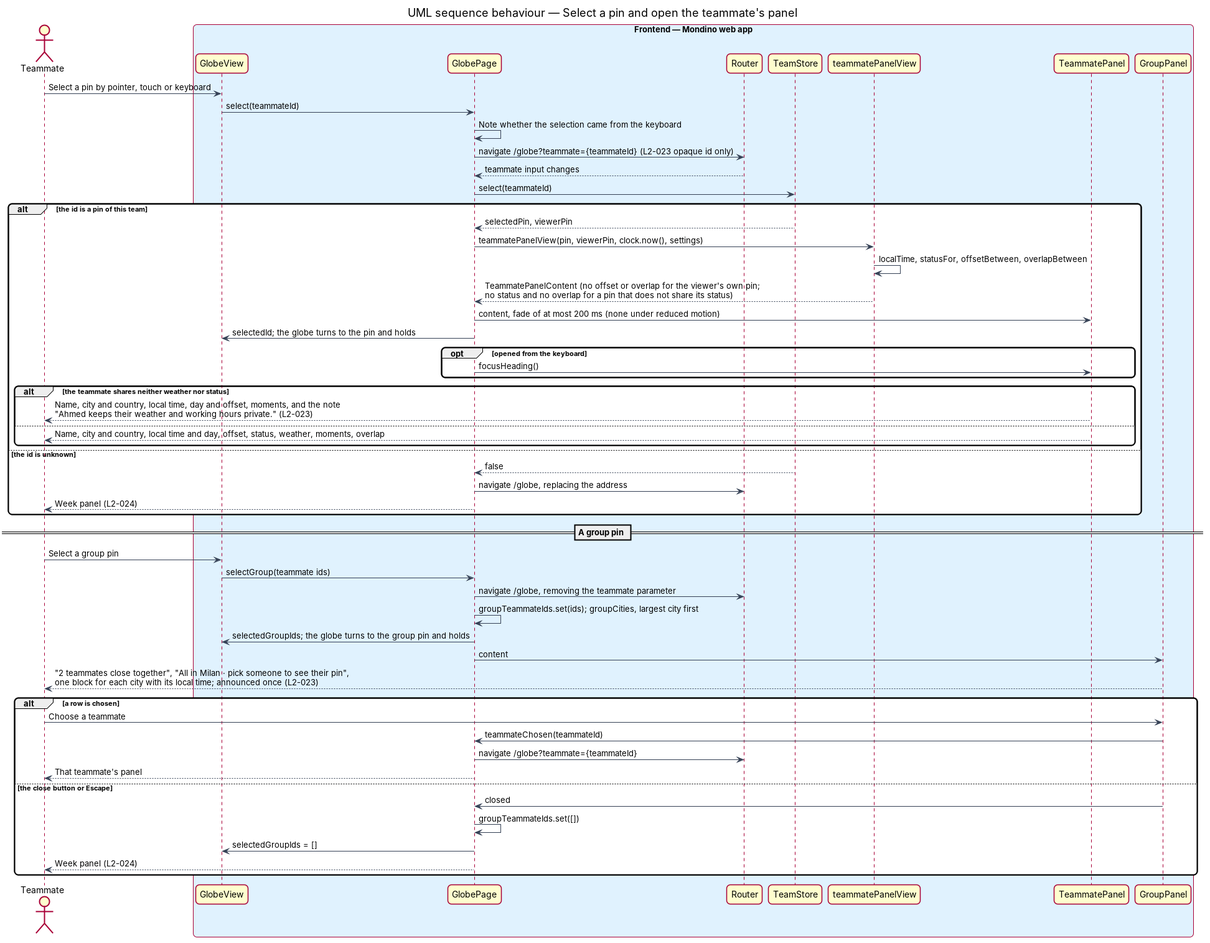
QuinntyneBrown/Mondino keeps this PlantUML diagram as docs/detailed-designs/team/view-teammate-panel/diagrams/sequence-select-pin.png. Above is the earlier version. Its source is kept beside it as docs/detailed-designs/team/view-teammate-panel/diagrams/sequence-select-pin.puml. Its diagram source:
```plantuml
@startuml
title UML sequence behaviour — Select a pin and open the teammate's panel
skinparam backgroundColor #FFFFFF
skinparam shadowing false
skinparam roundcorner 12
skinparam defaultFontName Arial
skinparam ArrowColor #344054
skinparam rectangle {
  BorderColor #344054
  FontColor #101828
}
skinparam package {
  BorderColor #667085
  FontColor #101828
  BackgroundColor #F9FAFB
}
actor "Teammate" as actor
box "Frontend — Mondino web app" #E0F2FE
  participant "GlobeView" as globe
  participant "GlobePage" as page
  participant "Router" as router
  participant "TeamStore" as store
  participant "teammatePanelView" as view
  participant "TeammatePanel" as panel
  participant "GroupPanel" as group
end box
actor -> globe : Select a pin by pointer, touch or keyboard
globe -> page : select(teammateId)
page -> page : Note whether the selection came from the keyboard
page -> router : navigate /globe?teammate={teammateId} (L2-023 opaque id only)
router --> page : teammate input changes
page -> store : select(teammateId)
alt the id is a pin of this team
  store --> page : selectedPin, viewerPin
  page -> view : teammatePanelView(pin, viewerPin, clock.now(), settings)
  view -> view : localTime, statusFor, offsetBetween, overlapBetween
  view --> page : TeammatePanelContent (no offset or overlap for the viewer's own pin;\nno status and no overlap for a pin that does not share its status)
  page -> panel : content, fade of at most 200 ms (none under reduced motion)
  page -> globe : selectedId; the globe turns to the pin and holds
  opt opened from the keyboard
    page -> panel : focusHeading()
  end
  alt the teammate shares neither weather nor status
    panel --> actor : Name, city and country, local time, day and offset, moments, and the note\n"Ahmed keeps their weather and working hours private." (L2-023)
  else
    panel --> actor : Name, city and country, local time and day, offset, status, weather, moments, overlap
  end
else the id is unknown
  store --> page : false
  page -> router : navigate /globe, replacing the address
  page --> actor : Week panel (L2-024)
end
== A group pin ==
actor -> globe : Select a group pin
globe -> page : selectGroup(teammate ids)
page -> router : navigate /globe, removing the teammate parameter
page -> page : groupTeammateIds.set(ids); groupCities, largest city first
page -> globe : selectedGroupIds; the globe turns to the group pin and holds
page -> group : content
group --> actor : "2 teammates close together", "All in Milan · pick someone to see their pin",\none block for each city with its local time; announced once (L2-023)
alt a row is chosen
  actor -> group : Choose a teammate
  group -> page : teammateChosen(teammateId)
  page -> router : navigate /globe?teammate={teammateId}
  page --> actor : That teammate's panel
else the close button or Escape
  group -> page : closed
  page -> page : groupTeammateIds.set([])
  page -> globe : selectedGroupIds = []
  page --> actor : Week panel (L2-024)
end
@enduml
```
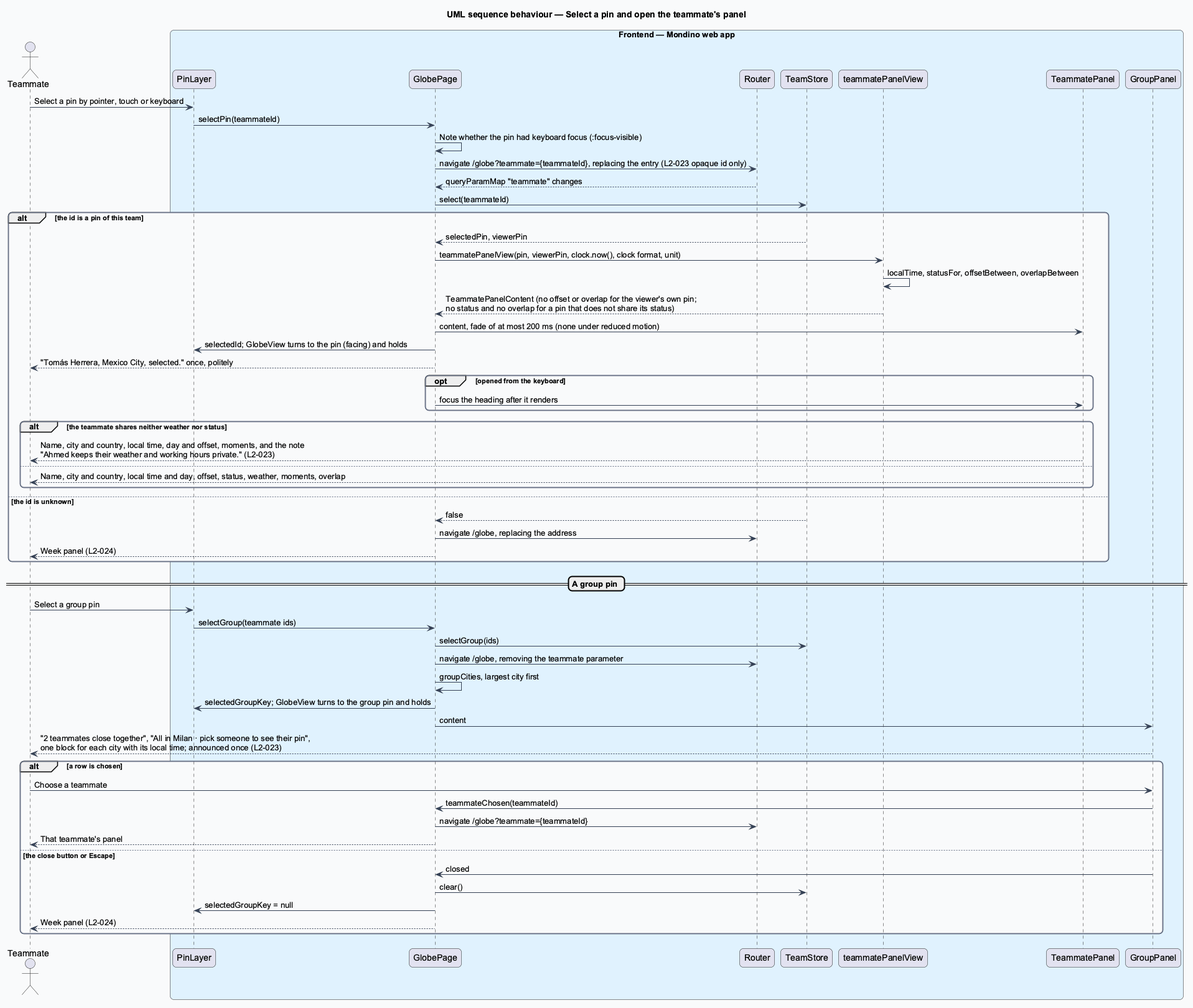
The same diagram one commit later.

Commit message:
Align the teammate panel's design with the mocks and the Globe as built

What changed in the source:
```diff
@@ -16,7 +16,7 @@
 }
 actor "Teammate" as actor
 box "Frontend — Mondino web app" #E0F2FE
-  participant "GlobeView" as globe
+  participant "PinLayer" as globe
   participant "GlobePage" as page
   participant "Router" as router
   participant "TeamStore" as store
@@ -25,20 +25,21 @@
   participant "GroupPanel" as group
 end box
 actor -> globe : Select a pin by pointer, touch or keyboard
-globe -> page : select(teammateId)
-page -> page : Note whether the selection came from the keyboard
-page -> router : navigate /globe?teammate={teammateId} (L2-023 opaque id only)
-router --> page : teammate input changes
+globe -> page : selectPin(teammateId)
+page -> page : Note whether the pin had keyboard focus (:focus-visible)
+page -> router : navigate /globe?teammate={teammateId}, replacing the entry (L2-023 opaque id only)
+router --> page : queryParamMap "teammate" changes
 page -> store : select(teammateId)
 alt the id is a pin of this team
   store --> page : selectedPin, viewerPin
-  page -> view : teammatePanelView(pin, viewerPin, clock.now(), settings)
+  page -> view : teammatePanelView(pin, viewerPin, clock.now(), clock format, unit)
   view -> view : localTime, statusFor, offsetBetween, overlapBetween
   view --> page : TeammatePanelContent (no offset or overlap for the viewer's own pin;\nno status and no overlap for a pin that does not share its status)
   page -> panel : content, fade of at most 200 ms (none under reduced motion)
-  page -> globe : selectedId; the globe turns to the pin and holds
+  page -> globe : selectedId; GlobeView turns to the pin (facing) and holds
+  page --> actor : "Tomás Herrera, Mexico City, selected." once, politely
   opt opened from the keyboard
-    page -> panel : focusHeading()
+    page -> panel : focus the heading after it renders
   end
   alt the teammate shares neither weather nor status
     panel --> actor : Name, city and country, local time, day and offset, moments, and the note\n"Ahmed keeps their weather and working hours private." (L2-023)
@@ -53,9 +54,10 @@
 == A group pin ==
 actor -> globe : Select a group pin
 globe -> page : selectGroup(teammate ids)
+page -> store : selectGroup(ids)
 page -> router : navigate /globe, removing the teammate parameter
-page -> page : groupTeammateIds.set(ids); groupCities, largest city first
-page -> globe : selectedGroupIds; the globe turns to the group pin and holds
+page -> page : groupCities, largest city first
+page -> globe : selectedGroupKey; GlobeView turns to the group pin and holds
 page -> group : content
 group --> actor : "2 teammates close together", "All in Milan · pick someone to see their pin",\none block for each city with its local time; announced once (L2-023)
 alt a row is chosen
@@ -65,8 +67,8 @@
   page --> actor : That teammate's panel
 else the close button or Escape
   group -> page : closed
-  page -> page : groupTeammateIds.set([])
-  page -> globe : selectedGroupIds = []
+  page -> store : clear()
+  page -> globe : selectedGroupKey = null
   page --> actor : Week panel (L2-024)
 end
 @enduml
```
